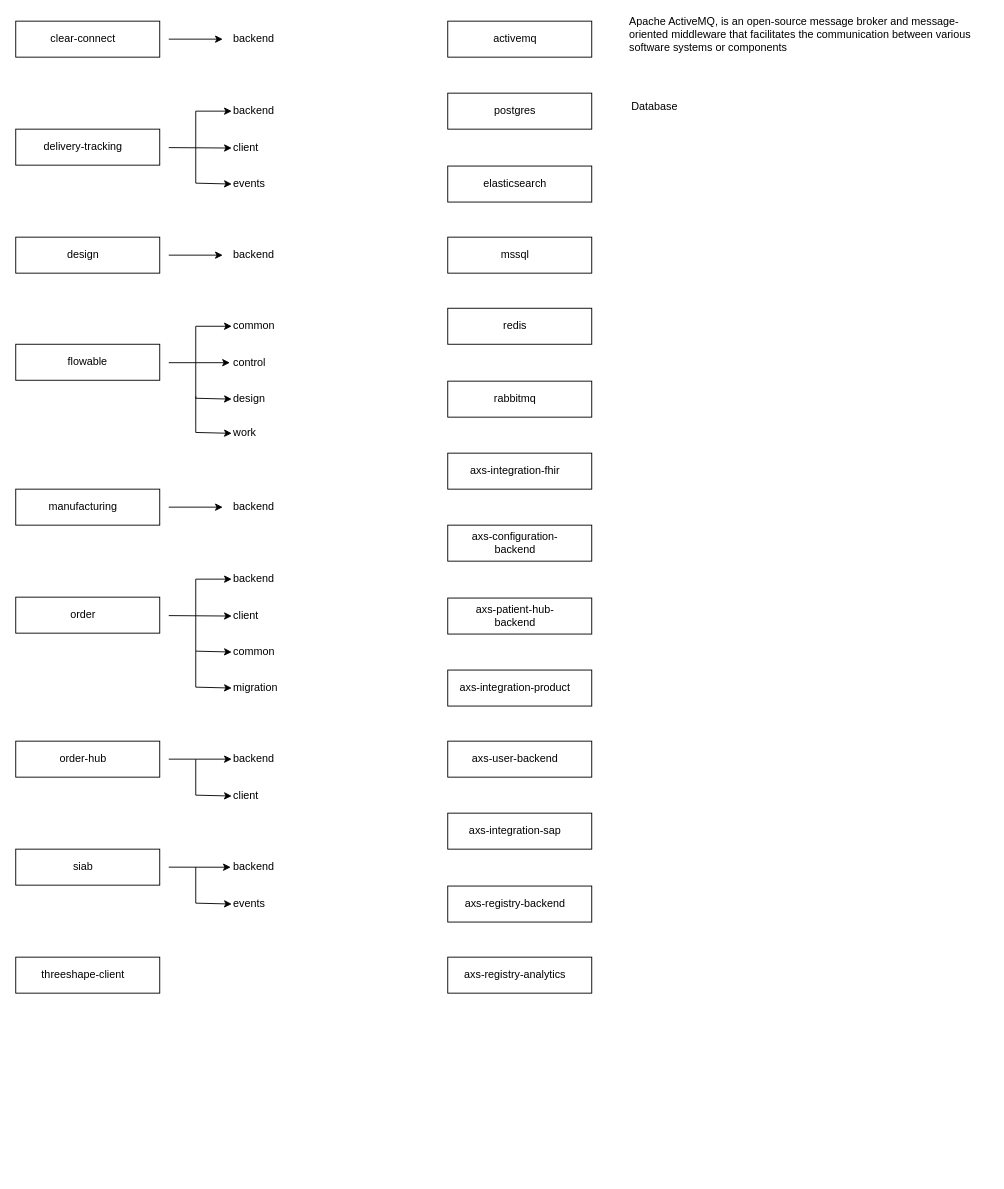
The draw.io diagram axs-order.drawio in ankitverma5859/drawio, before the edit. Source tidied: cells renumbered, new cells numbered last; positions are measured from the earlier drawing's top-left corner, leaving out a move shared by most shapes. Both pictures are drawn from the tidied source at 90%, with x=0, y=0 at pixel (15, 21).
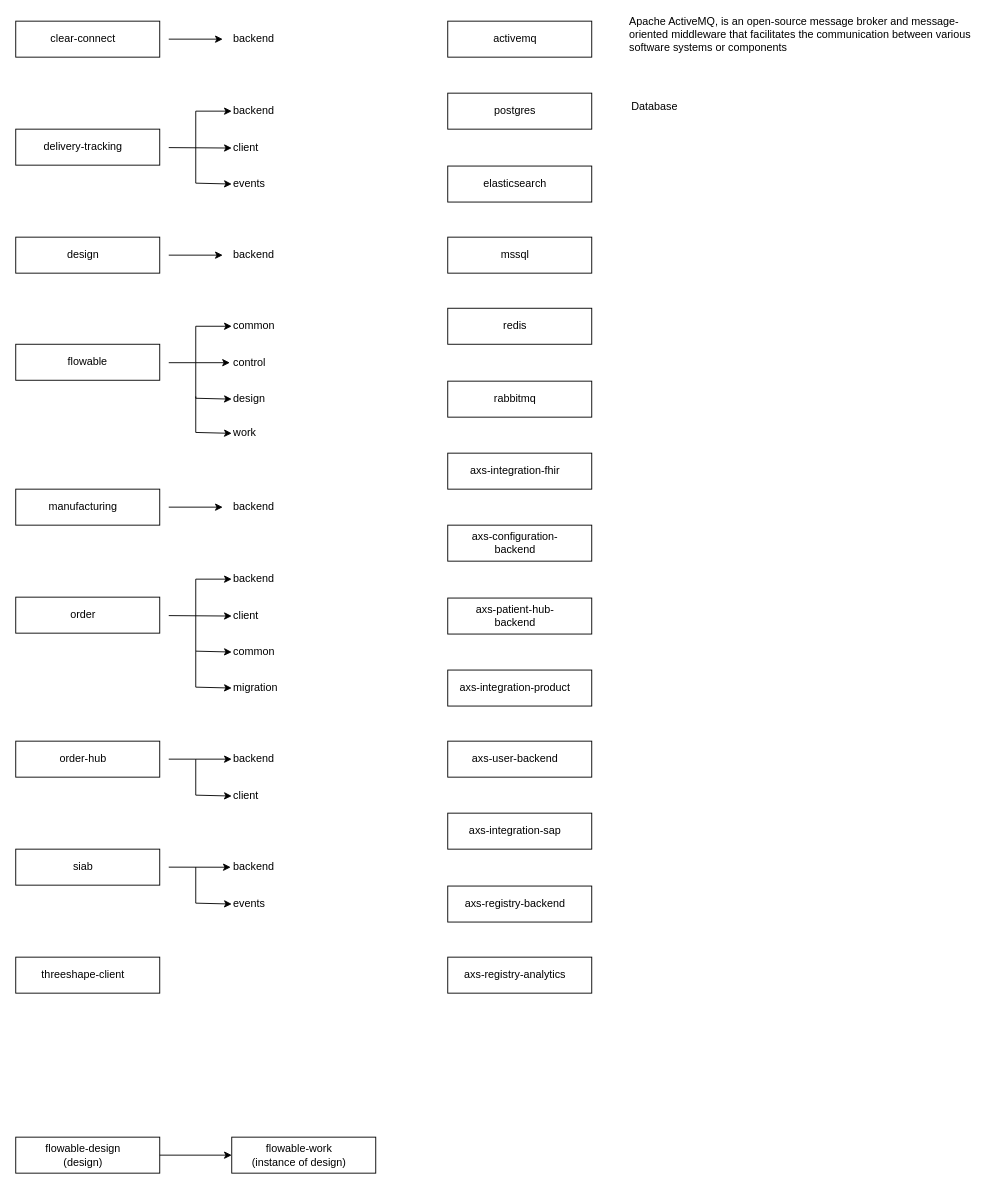
Above is the later version.

Diff of the diagram source:
```diff
@@
+    <mxCell id="85" style="rounded=0;whiteSpace=wrap;html=1;" parent="1" vertex="1">
+      <mxGeometry y="1240" width="160" height="40" as="geometry" />
+    </mxCell>
+    <mxCell id="86" value="flowable-design&lt;br&gt;(design)" style="text;html=1;strokeColor=none;fillColor=none;align=center;verticalAlign=middle;whiteSpace=wrap;rounded=0;" parent="1" vertex="1">
+      <mxGeometry x="10" y="1245" width="130" height="30" as="geometry" />
+    </mxCell>
+    <mxCell id="87" style="rounded=0;whiteSpace=wrap;html=1;" parent="1" vertex="1">
+      <mxGeometry x="240" y="1240" width="160" height="40" as="geometry" />
+    </mxCell>
+    <mxCell id="88" value="flowable-work&lt;br&gt;(instance of design)" style="text;html=1;strokeColor=none;fillColor=none;align=center;verticalAlign=middle;whiteSpace=wrap;rounded=0;" parent="1" vertex="1">
+      <mxGeometry x="250" y="1245" width="130" height="30" as="geometry" />
+    </mxCell>
+    <mxCell id="89" style="endArrow=classic;html=1;rounded=0;entryX=0;entryY=0.5;entryDx=0;entryDy=0;" parent="1" edge="1" target="87">
+      <mxGeometry relative="1" as="geometry">
+        <mxPoint x="160" y="1260" as="sourcePoint" />
+      </mxGeometry>
+    </mxCell>
```
